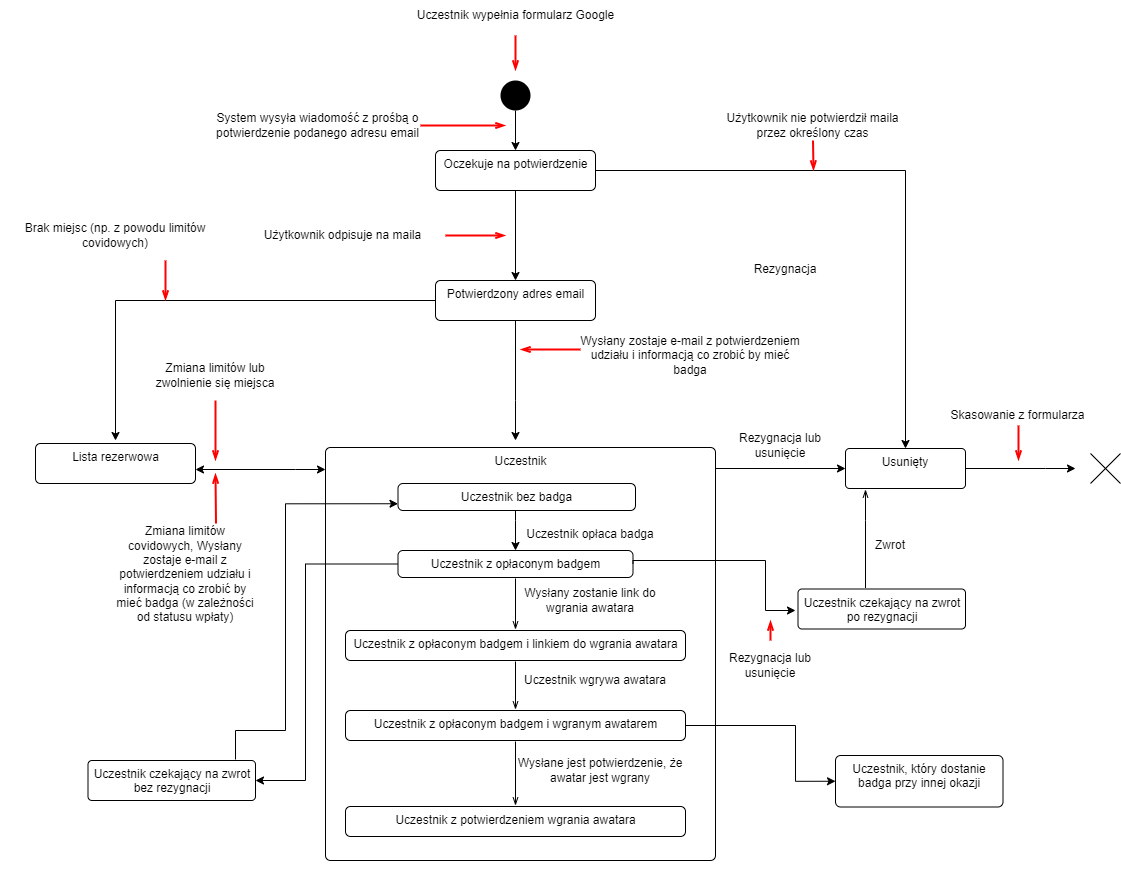
Before: venv/Utility Files/Registration state diagram.png, a diagram exported from draw.io (PPopielarski/PFWRegistration). Source tidied: cells renumbered, new cells last; positions are measured from the earlier drawing's top-left corner, leaving out a move shared by most shapes.
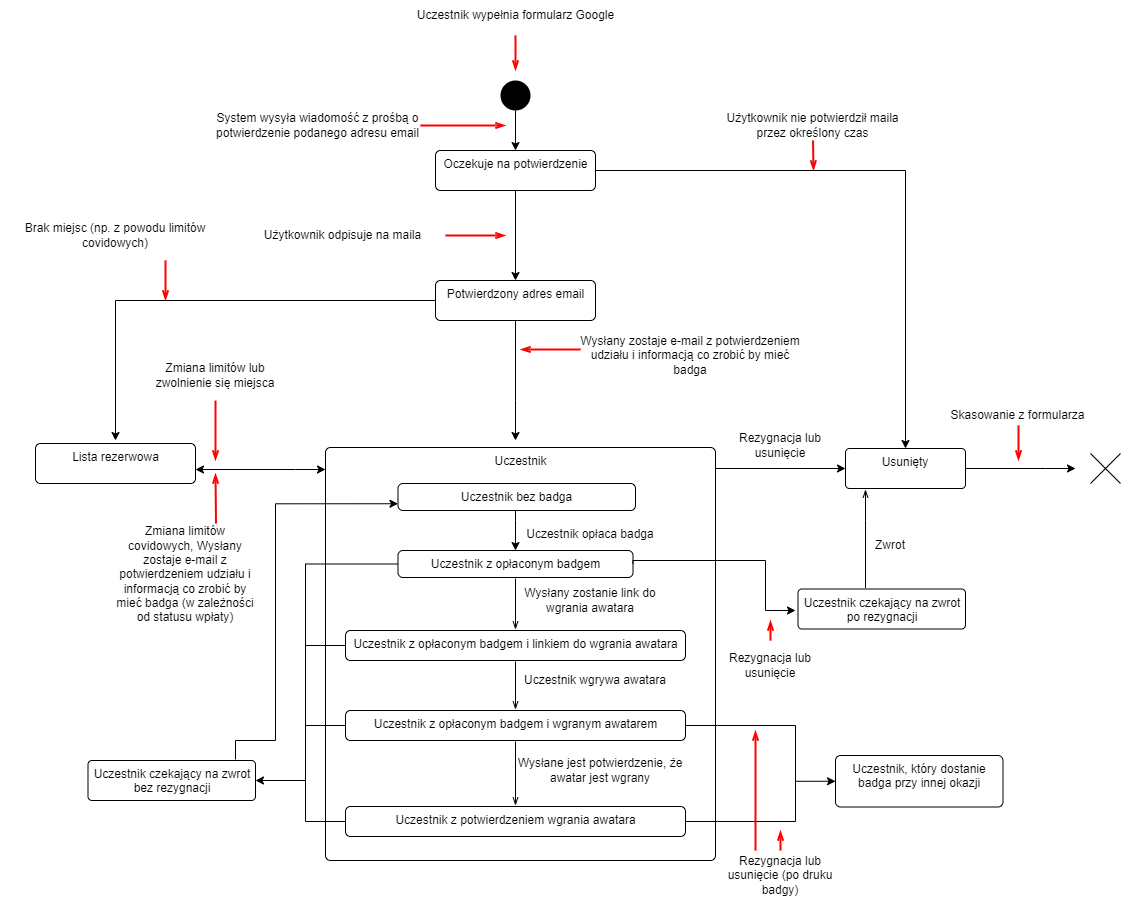
Above is the later version.

The edit, as a diff of the source:
```diff
@@ -122,9 +122,6 @@
     <mxCell id="26" value="Wysłany zostaje e-mail z potwierdzeniem udziału i informacją co zrobić by mieć badga" style="text;html=1;strokeColor=none;fillColor=none;align=center;verticalAlign=middle;whiteSpace=wrap;rounded=0;" parent="1" vertex="1">
       <mxGeometry x="575" y="330" width="230" height="50" as="geometry" />
     </mxCell>
-    <mxCell id="27" value="Rezygnacja" style="text;html=1;strokeColor=none;fillColor=none;align=center;verticalAlign=middle;whiteSpace=wrap;rounded=0;" parent="1" vertex="1">
-      <mxGeometry x="710" y="260" width="150" height="17" as="geometry" />
-    </mxCell>
     <mxCell id="28" value="Lista rezerwowa" style="html=1;align=center;verticalAlign=top;rounded=1;absoluteArcSize=1;arcSize=10;dashed=0;" parent="1" vertex="1">
       <mxGeometry x="35" y="443" width="160" height="40" as="geometry" />
     </mxCell>
@@ -184,6 +181,11 @@
     <mxCell id="39" style="edgeStyle=orthogonalEdgeStyle;rounded=0;jettySize=auto;html=1;startArrow=none;startFill=0;endArrow=openThin;endFill=0;sourcePerimeterSpacing=1;targetPerimeterSpacing=1;" parent="1" edge="1" source="40" target="46">
       <mxGeometry relative="1" as="geometry" />
     </mxCell>
+    <mxCell id="62" style="edgeStyle=orthogonalEdgeStyle;rounded=0;jettySize=auto;html=1;endArrow=none;endFill=0;" parent="1" edge="1" source="40">
+      <mxGeometry relative="1" as="geometry">
+        <mxPoint x="305" y="645" as="targetPoint" />
+      </mxGeometry>
+    </mxCell>
     <mxCell id="40" value="&lt;div&gt;Uczestnik z opłaconym badgem i linkiem do wgrania awatara&lt;/div&gt;" style="html=1;align=center;verticalAlign=top;rounded=1;absoluteArcSize=1;arcSize=10;dashed=0;" parent="1" vertex="1">
       <mxGeometry x="345" y="630" width="340" height="30" as="geometry" />
     </mxCell>
@@ -207,12 +209,27 @@
     <mxCell id="45" style="edgeStyle=orthogonalEdgeStyle;rounded=0;jettySize=auto;html=1;startArrow=none;startFill=0;endArrow=openThin;endFill=0;sourcePerimeterSpacing=1;targetPerimeterSpacing=1;" parent="1" edge="1" source="46" target="48">
       <mxGeometry relative="1" as="geometry" />
     </mxCell>
+    <mxCell id="63" style="edgeStyle=orthogonalEdgeStyle;rounded=0;jettySize=auto;html=1;endArrow=none;endFill=0;" parent="1" edge="1" source="46">
+      <mxGeometry relative="1" as="geometry">
+        <mxPoint x="305" y="725" as="targetPoint" />
+      </mxGeometry>
+    </mxCell>
     <mxCell id="46" value="&lt;div&gt;Uczestnik z opłaconym badgem i wgranym awatarem&lt;/div&gt;" style="html=1;align=center;verticalAlign=top;rounded=1;absoluteArcSize=1;arcSize=10;dashed=0;" parent="1" vertex="1">
       <mxGeometry x="345" y="710" width="340" height="30" as="geometry" />
     </mxCell>
     <mxCell id="47" value="Wysłane jest potwierdzenie, że awatar jest wgrany" style="text;html=1;strokeColor=none;fillColor=none;align=center;verticalAlign=middle;whiteSpace=wrap;rounded=0;" parent="1" vertex="1">
       <mxGeometry x="505" y="750" width="190" height="40" as="geometry" />
     </mxCell>
+    <mxCell id="64" style="edgeStyle=orthogonalEdgeStyle;rounded=0;jettySize=auto;html=1;endArrow=none;endFill=0;" parent="1" edge="1" source="48">
+      <mxGeometry relative="1" as="geometry">
+        <mxPoint x="305" y="770" as="targetPoint" />
+      </mxGeometry>
+    </mxCell>
+    <mxCell id="65" style="edgeStyle=orthogonalEdgeStyle;rounded=0;jettySize=auto;html=1;endArrow=none;endFill=0;" parent="1" edge="1" source="48">
+      <mxGeometry relative="1" as="geometry">
+        <mxPoint x="795" y="780" as="targetPoint" />
+      </mxGeometry>
+    </mxCell>
     <mxCell id="48" value="&lt;div&gt;Uczestnik z potwierdzeniem wgrania awatara&lt;/div&gt;" style="html=1;align=center;verticalAlign=top;rounded=1;absoluteArcSize=1;arcSize=10;dashed=0;" parent="1" vertex="1">
       <mxGeometry x="345" y="806" width="340" height="30" as="geometry" />
     </mxCell>
@@ -239,9 +256,9 @@
     <mxCell id="55" style="edgeStyle=orthogonalEdgeStyle;rounded=0;jettySize=auto;html=1;startArrow=none;startFill=0;endArrow=classic;endFill=1;sourcePerimeterSpacing=1;targetPerimeterSpacing=1;entryX=0;entryY=0.75;entryDx=0;entryDy=0;" parent="1" edge="1" source="56" target="61">
       <mxGeometry relative="1" as="geometry">
         <Array as="points">
-          <mxPoint x="235" y="730" />
-          <mxPoint x="285" y="730" />
-          <mxPoint x="285" y="503" />
+          <mxPoint x="235" y="740" />
+          <mxPoint x="275" y="740" />
+          <mxPoint x="275" y="503" />
         </Array>
       </mxGeometry>
     </mxCell>
@@ -285,5 +302,19 @@
     <mxCell id="61" value="Uczestnik bez badga" style="html=1;align=center;verticalAlign=top;rounded=1;absoluteArcSize=1;arcSize=10;dashed=0;" parent="1" vertex="1">
       <mxGeometry x="397.5" y="483" width="237.5" height="27" as="geometry" />
     </mxCell>
+    <mxCell id="66" value="Rezygnacja lub usunięcie (po druku badgy)" style="text;html=1;strokeColor=none;fillColor=none;align=center;verticalAlign=middle;whiteSpace=wrap;rounded=0;" parent="1" vertex="1">
+      <mxGeometry x="725" y="850" width="110" height="50.5" as="geometry" />
+    </mxCell>
+    <mxCell id="67" style="edgeStyle=elbowEdgeStyle;fontSize=12;html=1;endFill=0;startFill=0;endSize=6;startSize=6;endArrow=openThin;startArrow=none;rounded=0;strokeWidth=2;strokeColor=#FF0000;exitX=0.5;exitY=0;exitDx=0;exitDy=0;" parent="1" edge="1" source="66">
+      <mxGeometry relative="1" as="geometry">
+        <mxPoint x="780" y="830" as="targetPoint" />
+      </mxGeometry>
+    </mxCell>
+    <mxCell id="68" style="edgeStyle=elbowEdgeStyle;fontSize=12;html=1;endFill=0;startFill=0;endSize=6;startSize=6;endArrow=openThin;startArrow=none;rounded=0;strokeWidth=2;strokeColor=#FF0000;exitX=0.5;exitY=0;exitDx=0;exitDy=0;" parent="1" edge="1">
+      <mxGeometry relative="1" as="geometry">
+        <mxPoint x="755" y="850" as="sourcePoint" />
+        <mxPoint x="755" y="730" as="targetPoint" />
+      </mxGeometry>
+    </mxCell>
   </root>
 </mxGraphModel>
```
